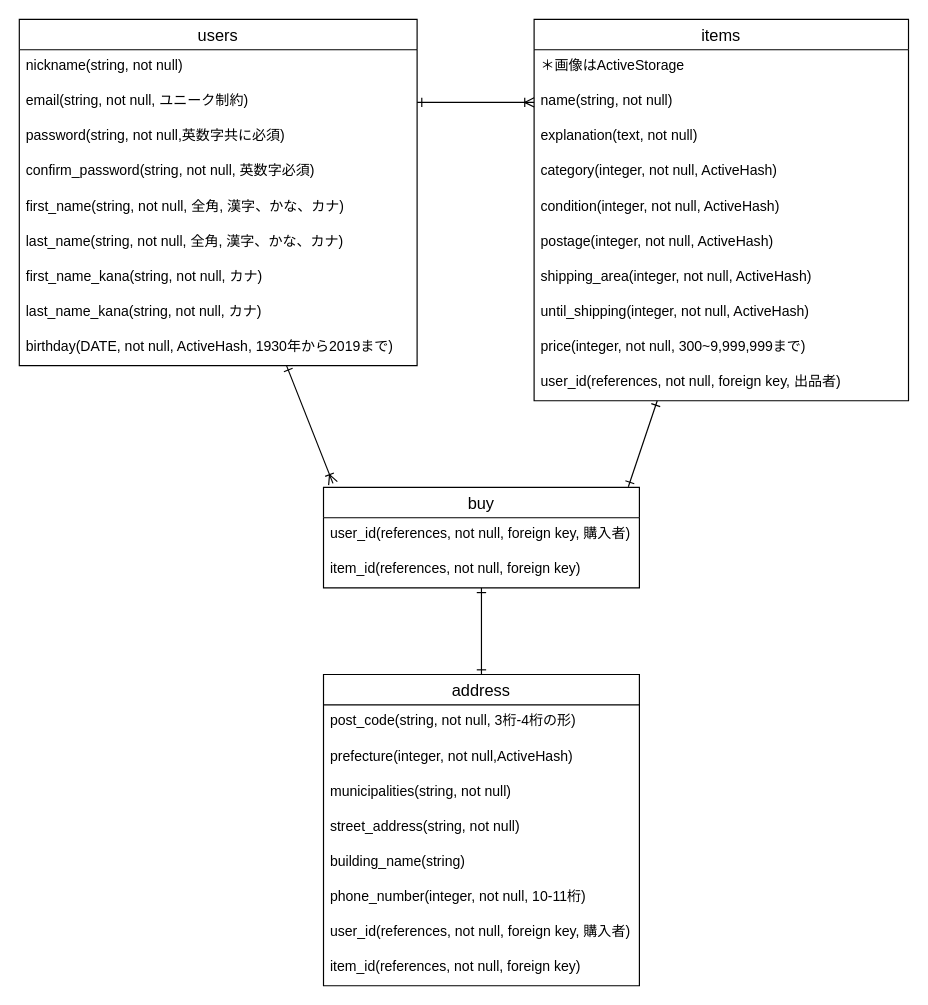
The draw.io diagram furima-41116.dio in cobb380/furima-41116, before the edit. Source tidied: cells renumbered, new cells numbered last; positions are measured from the earlier drawing's top-left corner, leaving out a move shared by most shapes. Both pictures are drawn from the tidied source at 117%, with x=0, y=0 at pixel (19, 19).
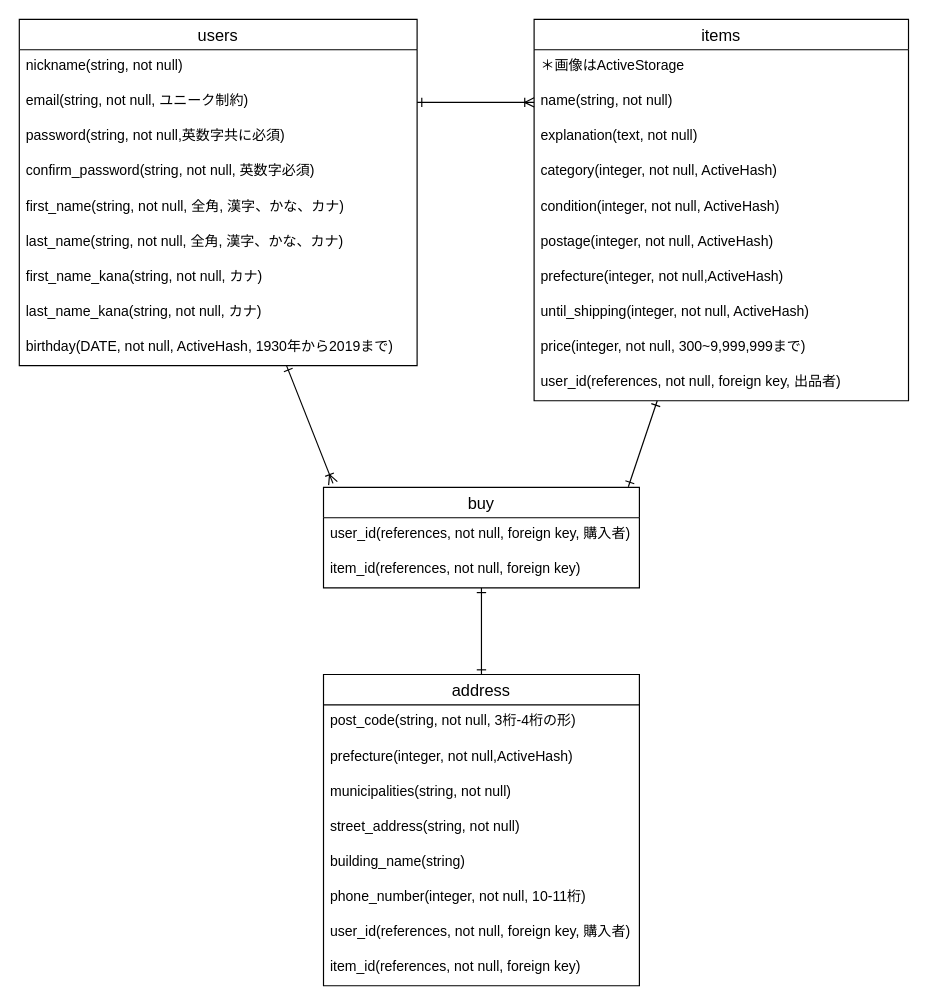
After the change.

Commit message (it also covers changes not shown here):
データベース設計（ER図、README修正）

The change refers to these unchanged cells:
```xml
<mxCell id="14" value="items" style="swimlane;fontStyle=0;horizontal=1;startSize=26;align=center;fontSize=14;" parent="1" vertex="1">
  <mxGeometry x="440" width="320" height="326" as="geometry" />
</mxCell>
```

Diff of the diagram source:
```diff
@@
-    <mxCell id="21" value="shipping_area(integer, not null, ActiveHash)" style="text;strokeColor=none;fillColor=none;spacingLeft=4;spacingRight=4;overflow=hidden;fontSize=12;" parent="14" vertex="1">
+    <mxCell id="21" value="prefecture(integer, not null,ActiveHash)" style="text;strokeColor=none;fillColor=none;spacingLeft=4;spacingRight=4;overflow=hidden;fontSize=12;" parent="14" vertex="1">
       <mxGeometry y="206" width="320" height="30" as="geometry" />
     </mxCell>
```
